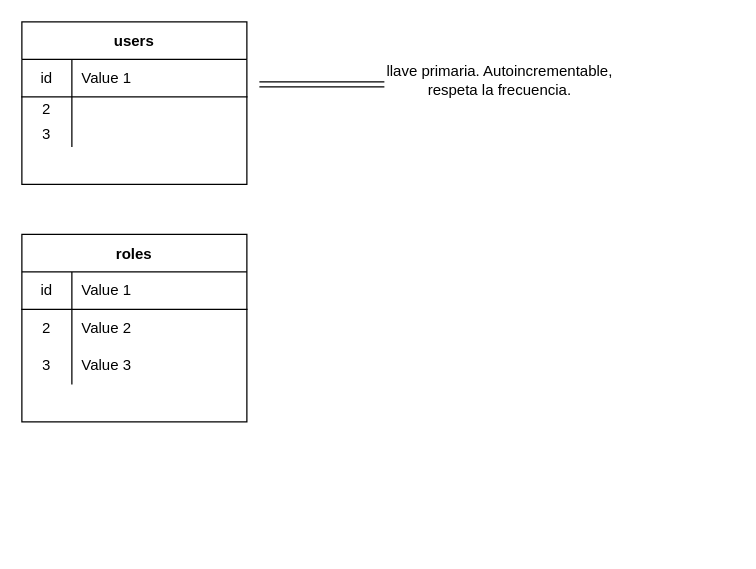
Above: esteban/documentacion/db.drawio in project-ultra-2022/db.postgresql (draw.io), before the change. Source tidied: cells renumbered, new cells numbered last; positions are measured from the earlier drawing's top-left corner, leaving out a move shared by most shapes. Both pictures are drawn from the tidied source at 125%, with x=0, y=0 at pixel (21, 21).
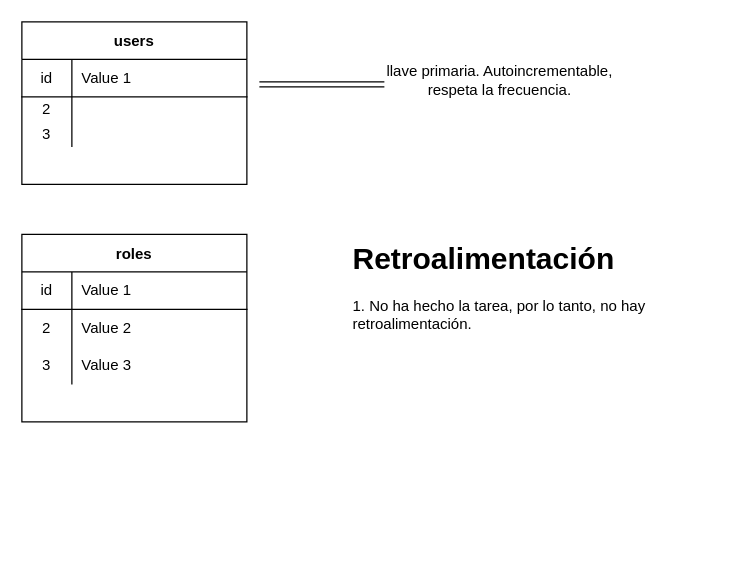
After the change.

Diff of the diagram source:
```diff
@@
+    <mxCell id="24" value="&lt;h1&gt;Retroalimentación&lt;/h1&gt;&lt;div&gt;1. No ha hecho la tarea, por lo tanto, no hay retroalimentación.&lt;/div&gt;" style="text;html=1;strokeColor=none;fillColor=none;spacing=5;spacingTop=-20;whiteSpace=wrap;overflow=hidden;rounded=0;" parent="1" vertex="1">
+      <mxGeometry x="260" y="170" width="310" height="250" as="geometry" />
+    </mxCell>
```
